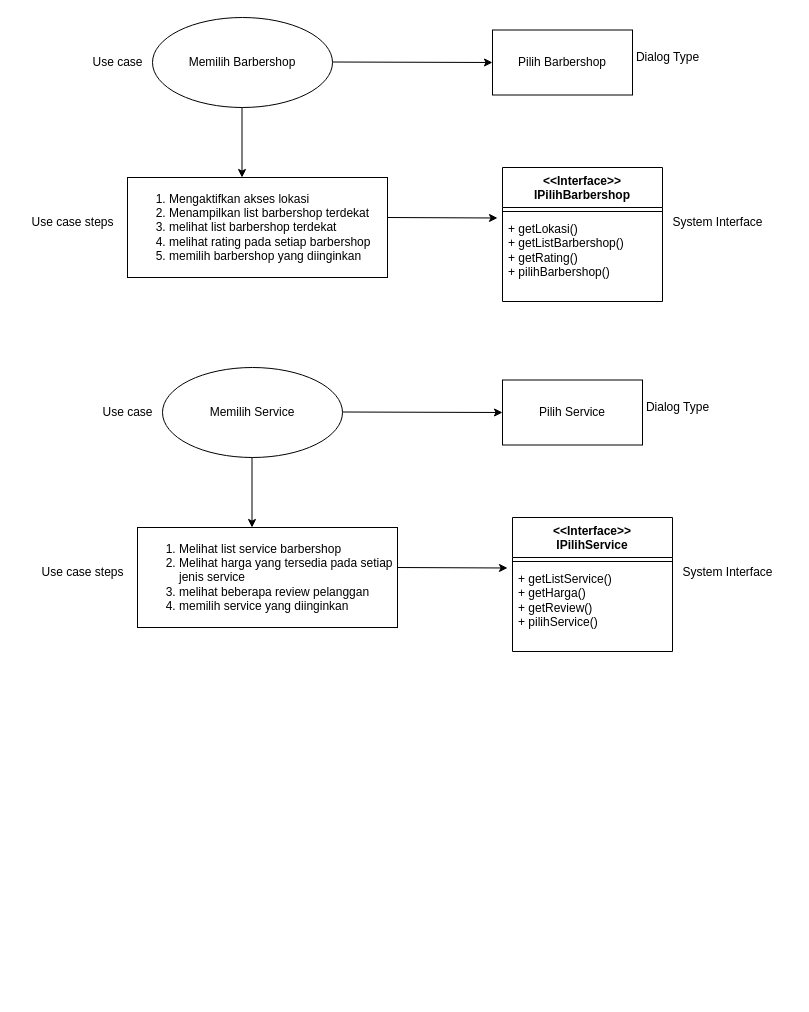
Earlier version of the draw.io diagram System Interface.drawio (zafran72/sistem-booking-barbershop). Source tidied: cells renumbered, new cells numbered last; positions are measured from the earlier drawing's top-left corner, leaving out a move shared by most shapes. Both pictures are drawn from the tidied source at 100%, with x=0, y=0 at pixel (17, 17).
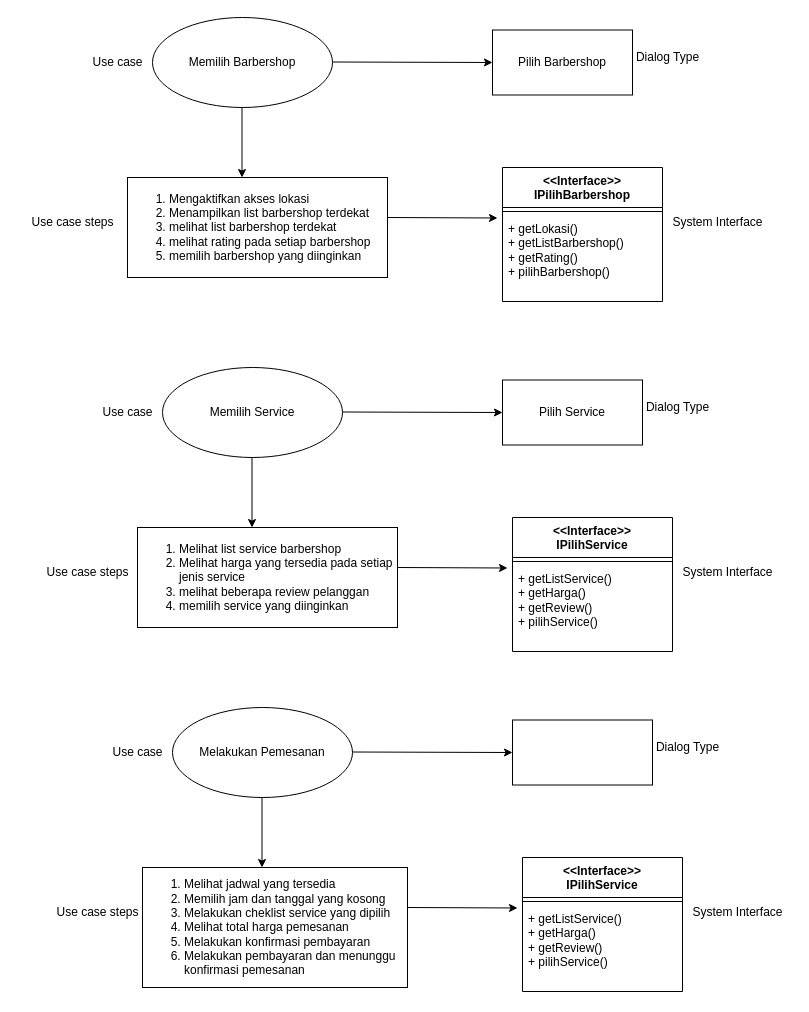
The same page after the edit.

Commit message:
System Interface

What changed in the source:
```diff
@@
     <mxCell id="23" value="Use case steps" style="text;html=1;align=center;verticalAlign=middle;strokeColor=none;fillColor=none;" parent="1" vertex="1">
-      <mxGeometry x="10" y="540" width="110" height="30" as="geometry" />
+      <mxGeometry x="15" y="540" width="110" height="30" as="geometry" />
     </mxCell>
@@
+    <mxCell id="28" value="Melakukan Pemesanan" style="ellipse;whiteSpace=wrap;html=1;" parent="1" vertex="1">
+      <mxGeometry x="155" y="690" width="180" height="90" as="geometry" />
+    </mxCell>
+    <mxCell id="29" style="endArrow=classic;html=1;rounded=0;" parent="1" edge="1">
+      <mxGeometry relative="1" as="geometry">
+        <mxPoint x="335" y="734.5" as="sourcePoint" />
+        <mxPoint x="495" y="735" as="targetPoint" />
+      </mxGeometry>
+    </mxCell>
+    <mxCell id="30" style="rounded=0;whiteSpace=wrap;html=1;" parent="1" vertex="1">
+      <mxGeometry x="495" y="702.5" width="140" height="65" as="geometry" />
+    </mxCell>
+    <mxCell id="31" style="endArrow=classic;html=1;rounded=0;" parent="1" edge="1">
+      <mxGeometry relative="1" as="geometry">
+        <mxPoint x="244.5" y="780" as="sourcePoint" />
+        <mxPoint x="244.5" y="850" as="targetPoint" />
+      </mxGeometry>
+    </mxCell>
+    <mxCell id="32" value="&lt;ol&gt;&lt;li&gt;Melihat jadwal yang tersedia&lt;/li&gt;&lt;li&gt;Memilih jam dan tanggal yang kosong&lt;/li&gt;&lt;li&gt;Melakukan cheklist service yang dipilih&lt;/li&gt;&lt;li&gt;Melihat total harga pemesanan&lt;/li&gt;&lt;li&gt;Melakukan konfirmasi pembayaran&lt;/li&gt;&lt;li&gt;Melakukan pembayaran dan menunggu konfirmasi pemesanan&lt;/li&gt;&lt;/ol&gt;" style="rounded=0;whiteSpace=wrap;html=1;align=left;" parent="1" vertex="1">
+      <mxGeometry x="125" y="850" width="265" height="120" as="geometry" />
+    </mxCell>
+    <mxCell id="33" style="endArrow=classic;html=1;rounded=0;" parent="1" edge="1">
+      <mxGeometry relative="1" as="geometry">
+        <mxPoint x="390" y="890" as="sourcePoint" />
+        <mxPoint x="500" y="890.5" as="targetPoint" />
+      </mxGeometry>
+    </mxCell>
+    <mxCell id="34" value="Use case" style="text;html=1;align=center;verticalAlign=middle;strokeColor=none;fillColor=none;" parent="1" vertex="1">
+      <mxGeometry x="85" y="720" width="70" height="30" as="geometry" />
+    </mxCell>
+    <mxCell id="35" value="Dialog Type" style="text;html=1;align=center;verticalAlign=middle;strokeColor=none;fillColor=none;" parent="1" vertex="1">
+      <mxGeometry x="625" y="715" width="90" height="30" as="geometry" />
+    </mxCell>
+    <mxCell id="36" value="&amp;lt;&amp;lt;Interface&amp;gt;&amp;gt;&lt;br&gt;IPilihService" style="swimlane;fontStyle=1;align=center;verticalAlign=top;horizontal=1;startSize=40;whiteSpace=wrap;html=1;" parent="1" vertex="1">
+      <mxGeometry x="505" y="840" width="160" height="134" as="geometry" />
+    </mxCell>
+    <mxCell id="37" style="line;strokeWidth=1;fillColor=none;align=left;verticalAlign=middle;spacingTop=-1;spacingLeft=3;spacingRight=3;labelPosition=right;strokeColor=inherit;" parent="36" vertex="1">
+      <mxGeometry y="40" width="160" height="8" as="geometry" />
+    </mxCell>
+    <mxCell id="38" value="+ getListService()&lt;br&gt;+ getHarga()&lt;br&gt;+ getReview()&lt;br&gt;+ pilihService()" style="text;strokeColor=none;fillColor=none;align=left;verticalAlign=top;spacingLeft=4;spacingRight=4;overflow=hidden;whiteSpace=wrap;html=1;" parent="36" vertex="1">
+      <mxGeometry y="48" width="160" height="86" as="geometry" />
+    </mxCell>
+    <mxCell id="39" value="System Interface" style="text;html=1;align=center;verticalAlign=middle;strokeColor=none;fillColor=none;" parent="1" vertex="1">
+      <mxGeometry x="665" y="880" width="110" height="30" as="geometry" />
+    </mxCell>
+    <mxCell id="40" value="Use case steps" style="text;html=1;align=center;verticalAlign=middle;strokeColor=none;fillColor=none;" parent="1" vertex="1">
+      <mxGeometry x="25" y="880" width="110" height="30" as="geometry" />
+    </mxCell>
```
